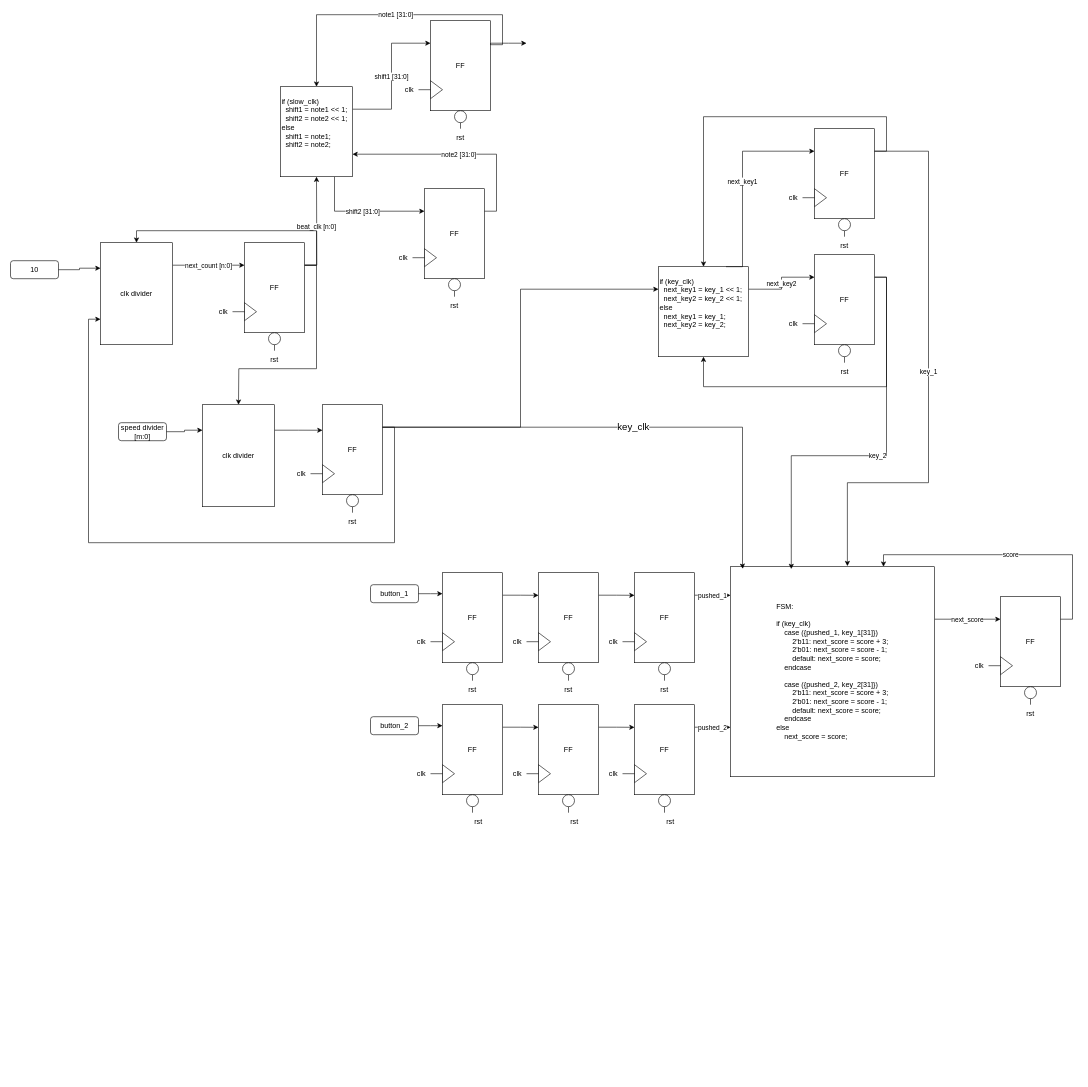
The draw.io diagram page "Top RTL" (1 of 2) of Untitled Diagram.drawio in chepemike25/STARS-RTL-desgin-Mike-Shresth-Claire-Jakob-w-Fahad-2.0, before the edit. Source tidied: cells renumbered, new cells numbered last; positions are measured from the earlier drawing's top-left corner, leaving out a move shared by most shapes. Both pictures are drawn from the tidied source at 60%, with x=0, y=0 at pixel (10, 14).
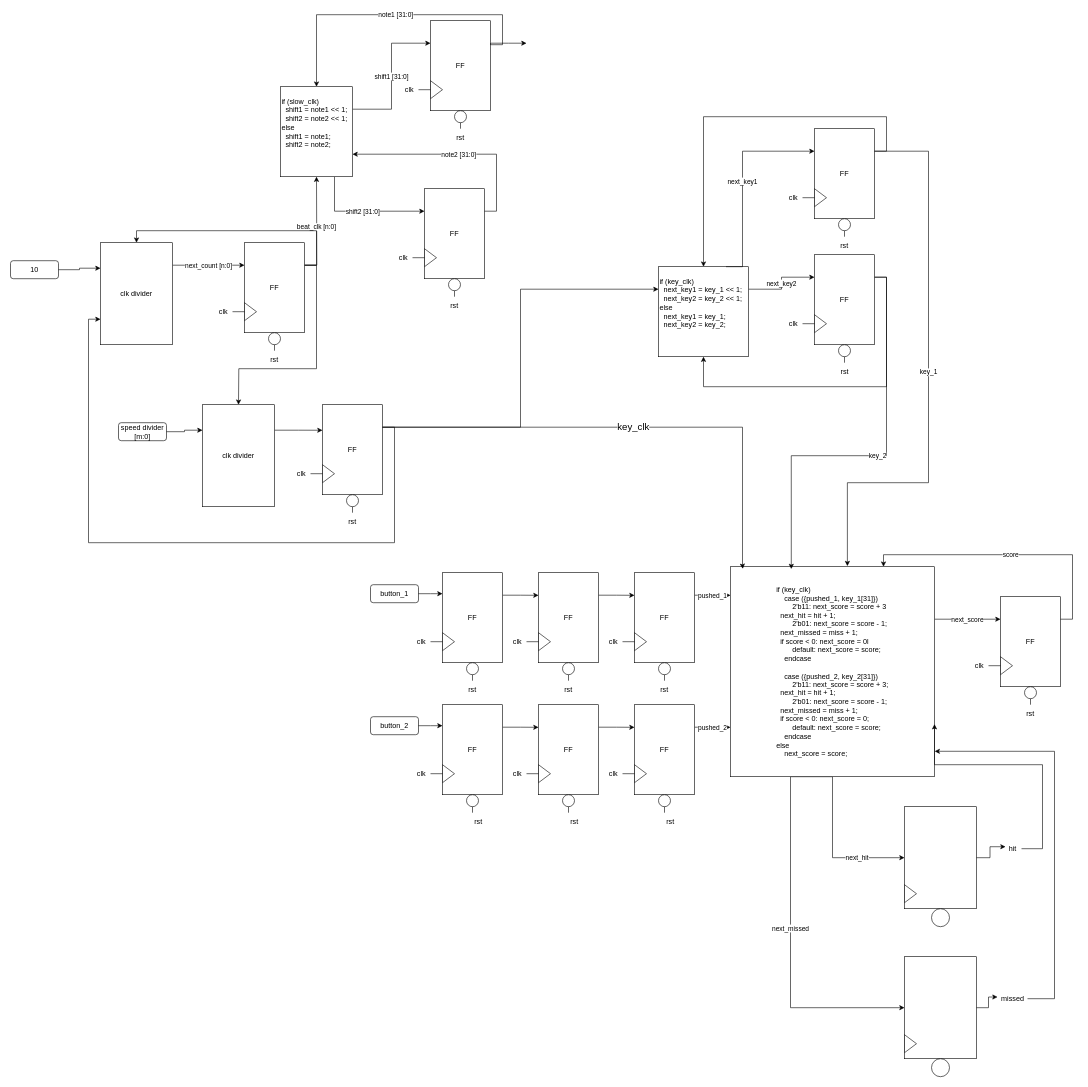
The same diagram, later.

The edit, as a diff of the source:
```diff
@@
+    <mxCell id="146" value="next_hit" style="edgeStyle=orthogonalEdgeStyle;rounded=0;jettySize=auto;html=1;entryX=0;entryY=0.5;entryDx=0;entryDy=0;" parent="1" edge="1" source="111" target="149">
+      <mxGeometry x="0.37" relative="1" as="geometry">
+        <mxPoint x="1" as="offset" />
+      </mxGeometry>
+    </mxCell>
+    <mxCell id="147" value="next_missed" style="edgeStyle=orthogonalEdgeStyle;rounded=0;jettySize=auto;html=1;exitX=0.5;exitY=1;exitDx=0;exitDy=0;entryX=0;entryY=0.5;entryDx=0;entryDy=0;" parent="1" edge="1" source="111" target="153">
+      <mxGeometry relative="1" as="geometry">
+        <Array as="points">
+          <mxPoint x="1300" y="1270" />
+          <mxPoint x="1300" y="1655" />
+        </Array>
+      </mxGeometry>
+    </mxCell>
-    <mxCell id="111" value="&lt;div style=&quot;text-align: left&quot;&gt;&lt;span&gt;FSM:&lt;/span&gt;&lt;/div&gt;&lt;div style=&quot;text-align: left&quot;&gt;&lt;span&gt;&lt;br&gt;&lt;/span&gt;&lt;/div&gt;&lt;div style=&quot;text-align: left&quot;&gt;&lt;span&gt;if (key_clk)&lt;/span&gt;&lt;/div&gt;&lt;div style=&quot;text-align: left&quot;&gt;&lt;span&gt;&lt;span&gt;&lt;span style=&quot;white-space: pre&quot;&gt;&amp;nbsp;&amp;nbsp;&amp;nbsp;&amp;nbsp;&lt;/span&gt;&lt;/span&gt;case ({pushed_1, key_1[31]})&lt;/span&gt;&lt;/div&gt;&lt;div style=&quot;text-align: left&quot;&gt;&lt;span&gt;&lt;span&gt;&lt;span style=&quot;white-space: pre&quot;&gt;&amp;nbsp;&amp;nbsp;&amp;nbsp;&amp;nbsp;&lt;/span&gt;&lt;span&gt;&lt;span style=&quot;white-space: pre&quot;&gt;&amp;nbsp;&amp;nbsp;&amp;nbsp;&amp;nbsp;&lt;/span&gt;&lt;/span&gt;2&lt;/span&gt;'b11: next_score = score + 3;&lt;br&gt;&lt;/span&gt;&lt;/div&gt;&lt;div style=&quot;text-align: left&quot;&gt;&lt;span&gt;&lt;span&gt;&lt;span style=&quot;white-space: pre&quot;&gt;&amp;nbsp;&amp;nbsp;&amp;nbsp;&amp;nbsp;&lt;/span&gt;&lt;/span&gt;&lt;span&gt;&lt;span style=&quot;white-space: pre&quot;&gt;&amp;nbsp;&amp;nbsp;&amp;nbsp;&amp;nbsp;&lt;/span&gt;&lt;/span&gt;2'b01: next_score = score - 1;&lt;br&gt;&lt;/span&gt;&lt;/div&gt;&lt;div style=&quot;text-align: left&quot;&gt;&lt;span&gt;&lt;span&gt;&lt;span style=&quot;white-space: pre&quot;&gt;&amp;nbsp;&amp;nbsp;&amp;nbsp;&amp;nbsp;&lt;/span&gt;&lt;/span&gt;&lt;span&gt;&lt;span style=&quot;white-space: pre&quot;&gt;&amp;nbsp;&amp;nbsp;&amp;nbsp;&amp;nbsp;&lt;/span&gt;&lt;/span&gt;default: next_score = score;&lt;br&gt;&lt;/span&gt;&lt;/div&gt;&lt;div style=&quot;text-align: left&quot;&gt;&lt;span&gt;&lt;span&gt;&lt;span style=&quot;white-space: pre&quot;&gt;&amp;nbsp;&amp;nbsp;&amp;nbsp;&amp;nbsp;&lt;/span&gt;&lt;/span&gt;endcase&lt;br&gt;&lt;/span&gt;&lt;/div&gt;&lt;div style=&quot;text-align: left&quot;&gt;&lt;span&gt;&lt;br&gt;&lt;/span&gt;&lt;/div&gt;&lt;div style=&quot;text-align: left&quot;&gt;&lt;div&gt;&amp;nbsp; &amp;nbsp; case ({pushed_2, key_2[31]})&lt;span&gt;&lt;/span&gt;&lt;/div&gt;&lt;div&gt;&lt;span&gt;&lt;span&gt;&lt;span style=&quot;white-space: pre&quot;&gt;&amp;nbsp;&amp;nbsp;&amp;nbsp;&amp;nbsp;&lt;/span&gt;&lt;span&gt;&lt;span style=&quot;white-space: pre&quot;&gt;&amp;nbsp;&amp;nbsp;&amp;nbsp;&amp;nbsp;&lt;/span&gt;&lt;/span&gt;2&lt;/span&gt;'b11: next_score = score + 3;&lt;br&gt;&lt;/span&gt;&lt;/div&gt;&lt;div&gt;&lt;span&gt;&lt;span&gt;&lt;span style=&quot;white-space: pre&quot;&gt;&amp;nbsp;&amp;nbsp;&amp;nbsp;&amp;nbsp;&lt;/span&gt;&lt;/span&gt;&lt;span&gt;&lt;span style=&quot;white-space: pre&quot;&gt;&amp;nbsp;&amp;nbsp;&amp;nbsp;&amp;nbsp;&lt;/span&gt;&lt;/span&gt;2'b01: next_score = score - 1;&lt;br&gt;&lt;/span&gt;&lt;/div&gt;&lt;div&gt;&lt;span&gt;&lt;span&gt;&lt;span style=&quot;white-space: pre&quot;&gt;&amp;nbsp;&amp;nbsp;&amp;nbsp;&amp;nbsp;&lt;/span&gt;&lt;/span&gt;&lt;span&gt;&lt;span style=&quot;white-space: pre&quot;&gt;&amp;nbsp;&amp;nbsp;&amp;nbsp;&amp;nbsp;&lt;/span&gt;&lt;/span&gt;default: next_score = score;&lt;br&gt;&lt;/span&gt;&lt;/div&gt;&lt;div&gt;&lt;span&gt;&lt;span&gt;&lt;span style=&quot;white-space: pre&quot;&gt;&amp;nbsp;&amp;nbsp;&amp;nbsp;&amp;nbsp;&lt;/span&gt;&lt;/span&gt;endcase&lt;/span&gt;&lt;/div&gt;&lt;/div&gt;&lt;div style=&quot;text-align: left&quot;&gt;&lt;span&gt;else&lt;/span&gt;&lt;/div&gt;&lt;div style=&quot;text-align: left&quot;&gt;&lt;span&gt;&lt;span&gt;&lt;span style=&quot;white-space: pre&quot;&gt;&amp;nbsp;&amp;nbsp;&amp;nbsp;&amp;nbsp;&lt;/span&gt;&lt;/span&gt;next_score = score;&lt;br&gt;&lt;/span&gt;&lt;/div&gt;" style="rounded=0;whiteSpace=wrap;html=1;" parent="1" vertex="1">
+    <mxCell id="111" value="&lt;div style=&quot;text-align: left&quot;&gt;&lt;span&gt;if (key_clk)&lt;/span&gt;&lt;br&gt;&lt;/div&gt;&lt;div style=&quot;text-align: left&quot;&gt;&lt;span&gt;&lt;span&gt;&lt;span&gt;&amp;nbsp;&amp;nbsp;&amp;nbsp;&amp;nbsp;&lt;/span&gt;&lt;/span&gt;case ({pushed_1, key_1[31]})&lt;/span&gt;&lt;/div&gt;&lt;div style=&quot;text-align: left&quot;&gt;&lt;span&gt;&lt;span&gt;&lt;span&gt;&amp;nbsp;&amp;nbsp;&amp;nbsp;&amp;nbsp;&lt;/span&gt;&lt;span&gt;&lt;span&gt;&amp;nbsp;&amp;nbsp;&amp;nbsp;&amp;nbsp;&lt;/span&gt;&lt;/span&gt;2&lt;/span&gt;'b11: next_score = score + 3&lt;br&gt;&lt;/span&gt;&lt;/div&gt;&lt;div style=&quot;text-align: left&quot;&gt;&lt;span&gt;&lt;span&gt; &lt;/span&gt;&lt;span&gt; &lt;span&gt; &lt;/span&gt;&lt;span style=&quot;white-space: pre&quot;&gt; &lt;/span&gt;&lt;span style=&quot;white-space: pre&quot;&gt; &lt;/span&gt;n&lt;/span&gt;ext_hit = hit + 1;&lt;br&gt;&lt;/span&gt;&lt;/div&gt;&lt;div style=&quot;text-align: left&quot;&gt;&lt;span&gt;&lt;span&gt;&lt;span&gt;&amp;nbsp;&amp;nbsp;&amp;nbsp;&amp;nbsp;&lt;/span&gt;&lt;/span&gt;&lt;span&gt;&lt;span&gt;&amp;nbsp;&amp;nbsp;&amp;nbsp;&amp;nbsp;&lt;/span&gt;&lt;/span&gt;2'b01: next_score = score - 1;&lt;br&gt;&lt;/span&gt;&lt;/div&gt;&lt;div style=&quot;text-align: left&quot;&gt;&lt;span&gt;&lt;span&gt; &lt;/span&gt;&lt;span&gt; &lt;/span&gt;&lt;span&gt; &lt;/span&gt;&lt;span style=&quot;white-space: pre&quot;&gt; &lt;/span&gt;&lt;span style=&quot;white-space: pre&quot;&gt; &lt;/span&gt;next_missed = miss + 1;&lt;br&gt;&lt;/span&gt;&lt;/div&gt;&lt;div style=&quot;text-align: left&quot;&gt;&lt;span&gt;&lt;span style=&quot;white-space: pre&quot;&gt; &lt;/span&gt;&lt;span style=&quot;white-space: pre&quot;&gt; &lt;/span&gt;if score &amp;lt; 0: next_score = 0l&lt;br&gt;&lt;/span&gt;&lt;/div&gt;&lt;div style=&quot;text-align: left&quot;&gt;&lt;span&gt;&lt;span&gt;&lt;span&gt;&amp;nbsp;&amp;nbsp;&amp;nbsp;&amp;nbsp;&lt;/span&gt;&lt;/span&gt;&lt;span&gt;&lt;span&gt;&amp;nbsp;&amp;nbsp;&amp;nbsp;&amp;nbsp;&lt;/span&gt;&lt;/span&gt;default: next_score = score;&lt;br&gt;&lt;/span&gt;&lt;/div&gt;&lt;div style=&quot;text-align: left&quot;&gt;&lt;span&gt;&lt;span&gt;&lt;span&gt;&amp;nbsp;&amp;nbsp;&amp;nbsp;&amp;nbsp;&lt;/span&gt;&lt;/span&gt;endcase&lt;br&gt;&lt;/span&gt;&lt;/div&gt;&lt;div style=&quot;text-align: left&quot;&gt;&lt;span&gt;&lt;br&gt;&lt;/span&gt;&lt;/div&gt;&lt;div style=&quot;text-align: left&quot;&gt;&lt;div&gt;&amp;nbsp; &amp;nbsp; case ({pushed_2, key_2[31]})&lt;span&gt;&lt;/span&gt;&lt;/div&gt;&lt;div&gt;&lt;span&gt;&lt;span&gt;&lt;span&gt;&amp;nbsp;&amp;nbsp;&amp;nbsp;&amp;nbsp;&lt;/span&gt;&lt;span&gt;&lt;span&gt;&amp;nbsp;&amp;nbsp;&amp;nbsp;&amp;nbsp;&lt;/span&gt;&lt;/span&gt;2&lt;/span&gt;'b11: next_score = score + 3;&lt;br&gt;&lt;/span&gt;&lt;/div&gt;&lt;div&gt;&lt;span&gt;&lt;span&gt; &lt;/span&gt;&lt;/span&gt;&lt;span&gt; &lt;/span&gt;&lt;span&gt; &lt;span&gt; &lt;/span&gt;&lt;span style=&quot;white-space: pre&quot;&gt; &lt;/span&gt;&lt;span style=&quot;white-space: pre&quot;&gt; &lt;/span&gt;n&lt;/span&gt;&lt;span&gt;ext_hit = hit + 1;&lt;/span&gt;&lt;/div&gt;&lt;div&gt;&lt;span&gt;&lt;span&gt;&lt;span&gt;&amp;nbsp;&amp;nbsp;&amp;nbsp;&amp;nbsp;&lt;/span&gt;&lt;/span&gt;&lt;span&gt;&lt;span&gt;&amp;nbsp;&amp;nbsp;&amp;nbsp;&amp;nbsp;&lt;/span&gt;&lt;/span&gt;2'b01: next_score = score - 1;&lt;br&gt;&lt;/span&gt;&lt;/div&gt;&lt;div&gt;&lt;span&gt;&lt;span style=&quot;white-space: pre&quot;&gt; &lt;/span&gt;&lt;span style=&quot;white-space: pre&quot;&gt; &lt;/span&gt;next_missed = miss + 1;&lt;br&gt;&lt;/span&gt;&lt;/div&gt;&lt;div&gt;&lt;span&gt;&lt;span style=&quot;white-space: pre&quot;&gt; &lt;/span&gt;&lt;span style=&quot;white-space: pre&quot;&gt; &lt;/span&gt;if score &amp;lt; 0: next_score = 0;&lt;br&gt;&lt;/span&gt;&lt;/div&gt;&lt;div&gt;&lt;span&gt;&lt;span&gt;&lt;span&gt;&amp;nbsp;&amp;nbsp;&amp;nbsp;&amp;nbsp;&lt;/span&gt;&lt;/span&gt;&lt;span&gt;&lt;span&gt;&amp;nbsp;&amp;nbsp;&amp;nbsp;&amp;nbsp;&lt;/span&gt;&lt;/span&gt;default: next_score = score;&lt;br&gt;&lt;/span&gt;&lt;/div&gt;&lt;div&gt;&lt;span&gt;&lt;span&gt;&lt;span&gt;&amp;nbsp;&amp;nbsp;&amp;nbsp;&amp;nbsp;&lt;/span&gt;&lt;/span&gt;endcase&lt;/span&gt;&lt;/div&gt;&lt;/div&gt;&lt;div style=&quot;text-align: left&quot;&gt;&lt;span&gt;else&lt;/span&gt;&lt;/div&gt;&lt;div style=&quot;text-align: left&quot;&gt;&lt;span&gt;&lt;span&gt;&lt;span&gt;&amp;nbsp;&amp;nbsp;&amp;nbsp;&amp;nbsp;&lt;/span&gt;&lt;/span&gt;next_score = score;&lt;br&gt;&lt;/span&gt;&lt;/div&gt;" style="rounded=0;whiteSpace=wrap;html=1;" parent="1" vertex="1">
       <mxGeometry x="1200" y="920" width="340" height="350" as="geometry" />
     </mxCell>
@@
     <mxCell id="113" style="group;" parent="1" vertex="1">
-      <mxGeometry x="1600" y="970" width="150" height="210" as="geometry" />
+      <mxGeometry x="1600" y="970" width="160" height="210" as="geometry" />
     </mxCell>
@@
+    <mxCell id="148" style="group;" parent="1" vertex="1">
+      <mxGeometry x="1490" y="1320" width="120" height="200" as="geometry" />
+    </mxCell>
+    <mxCell id="149" style="rounded=0;whiteSpace=wrap;html=1;" parent="148" vertex="1">
+      <mxGeometry width="120" height="170" as="geometry" />
+    </mxCell>
+    <mxCell id="150" style="ellipse;whiteSpace=wrap;html=1;" parent="148" vertex="1">
+      <mxGeometry x="45" y="170" width="30" height="30" as="geometry" />
+    </mxCell>
+    <mxCell id="151" style="triangle;whiteSpace=wrap;html=1;" parent="148" vertex="1">
+      <mxGeometry y="130" width="20" height="30" as="geometry" />
+    </mxCell>
+    <mxCell id="152" style="group;" parent="1" vertex="1">
+      <mxGeometry x="1490" y="1570" width="120" height="200" as="geometry" />
+    </mxCell>
+    <mxCell id="153" style="rounded=0;whiteSpace=wrap;html=1;" parent="152" vertex="1">
+      <mxGeometry width="120" height="170" as="geometry" />
+    </mxCell>
+    <mxCell id="154" style="ellipse;whiteSpace=wrap;html=1;" parent="152" vertex="1">
+      <mxGeometry x="45" y="170" width="30" height="30" as="geometry" />
+    </mxCell>
+    <mxCell id="155" style="triangle;whiteSpace=wrap;html=1;" parent="152" vertex="1">
+      <mxGeometry y="130" width="20" height="30" as="geometry" />
+    </mxCell>
+    <mxCell id="156" style="edgeStyle=orthogonalEdgeStyle;rounded=0;jettySize=auto;html=1;entryX=1;entryY=0.75;entryDx=0;entryDy=0;" parent="1" edge="1" source="157" target="111">
+      <mxGeometry relative="1" as="geometry">
+        <Array as="points">
+          <mxPoint x="1720" y="1390" />
+          <mxPoint x="1720" y="1250" />
+        </Array>
+      </mxGeometry>
+    </mxCell>
+    <mxCell id="157" value="hit" style="text;html=1;align=center;verticalAlign=middle;points=[];strokeColor=none;fillColor=none;" parent="1" vertex="1">
+      <mxGeometry x="1655" y="1380" width="30" height="20" as="geometry" />
+    </mxCell>
+    <mxCell id="158" style="edgeStyle=orthogonalEdgeStyle;rounded=0;jettySize=auto;html=1;entryX=1.001;entryY=0.879;entryDx=0;entryDy=0;entryPerimeter=0;" parent="1" edge="1" source="159" target="111">
+      <mxGeometry relative="1" as="geometry">
+        <Array as="points">
+          <mxPoint x="1740" y="1640" />
+          <mxPoint x="1740" y="1228" />
+        </Array>
+      </mxGeometry>
+    </mxCell>
+    <mxCell id="159" value="missed" style="text;html=1;align=center;verticalAlign=middle;points=[];strokeColor=none;fillColor=none;" parent="1" vertex="1">
+      <mxGeometry x="1645" y="1630" width="50" height="20" as="geometry" />
+    </mxCell>
+    <mxCell id="160" style="edgeStyle=orthogonalEdgeStyle;rounded=0;jettySize=auto;html=1;entryX=0.113;entryY=0.336;entryDx=0;entryDy=0;entryPerimeter=0;" parent="1" edge="1" source="149" target="157">
+      <mxGeometry relative="1" as="geometry" />
+    </mxCell>
+    <mxCell id="161" style="edgeStyle=orthogonalEdgeStyle;rounded=0;jettySize=auto;html=1;entryX=0.001;entryY=0.36;entryDx=0;entryDy=0;entryPerimeter=0;" parent="1" edge="1" source="153" target="159">
+      <mxGeometry relative="1" as="geometry" />
+    </mxCell>
```
